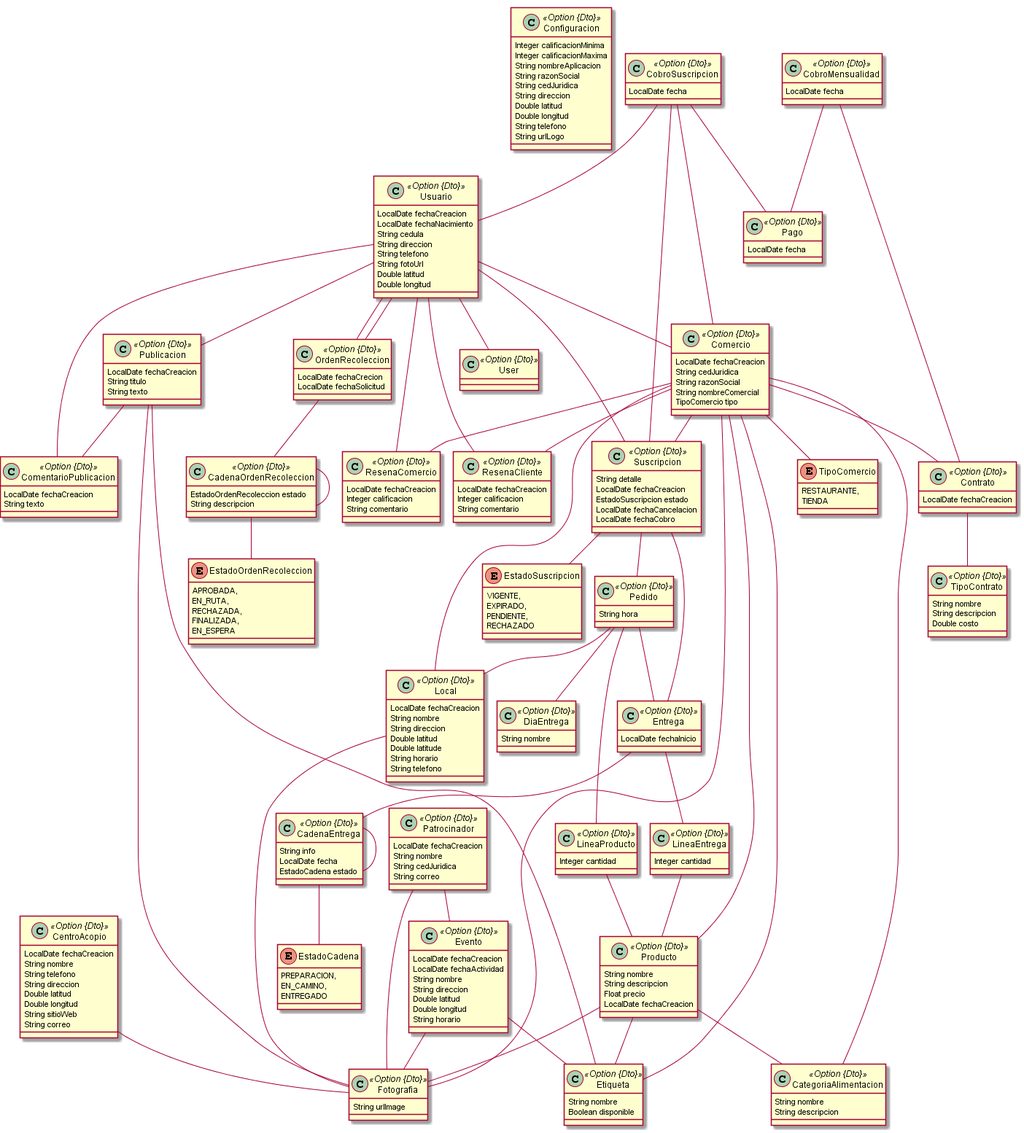
Before: jhipster-jdl.png, a diagram exported from PlantUML (juanjocoto/GreenLife).
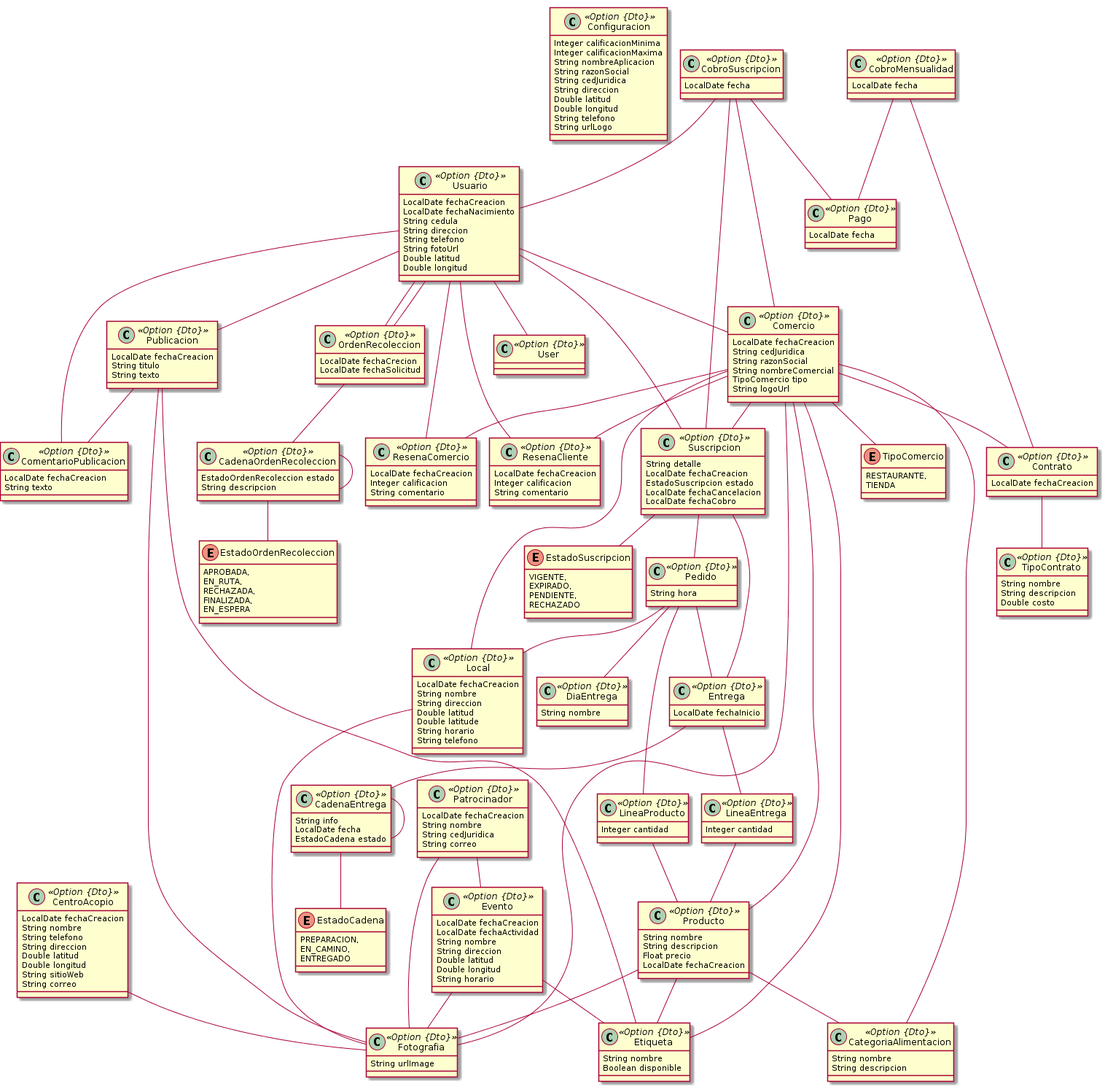
Above is the later version.

What changed in the source:
```diff
@@ -47,6 +47,7 @@
 		String razonSocial
 		String nombreComercial
 		TipoComercio tipo
+		String logoUrl
 	}
 	Comercio ..> TipoComercio
 	enum TipoComercio {
```
